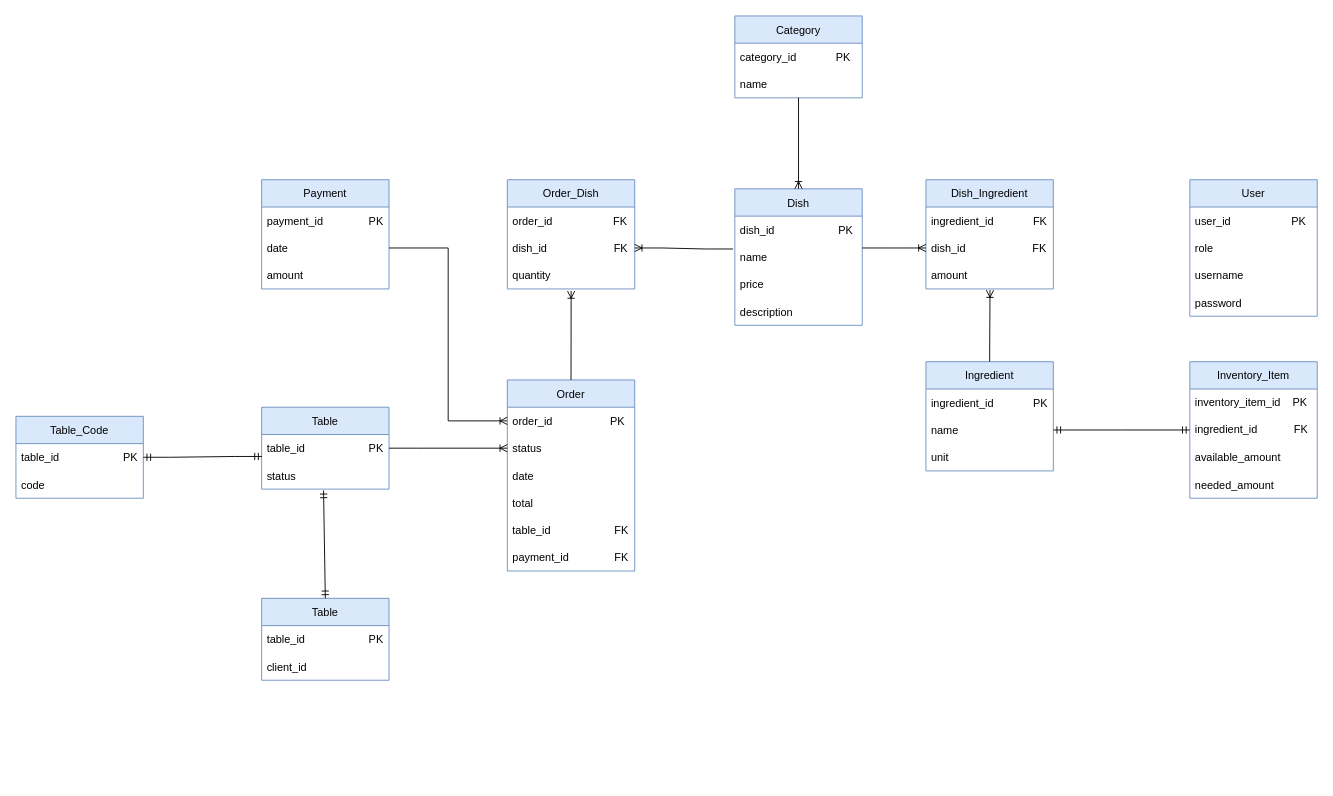
jadhamwi31/quickq keeps this draw.io diagram as diagrams/ERD.drawio. Above is the earlier version. Source tidied: cells renumbered, new cells numbered last; positions are measured from the earlier drawing's top-left corner, leaving out a move shared by most shapes. Both pictures are drawn from the tidied source at 91%, with x=0, y=0 at pixel (15, 15).
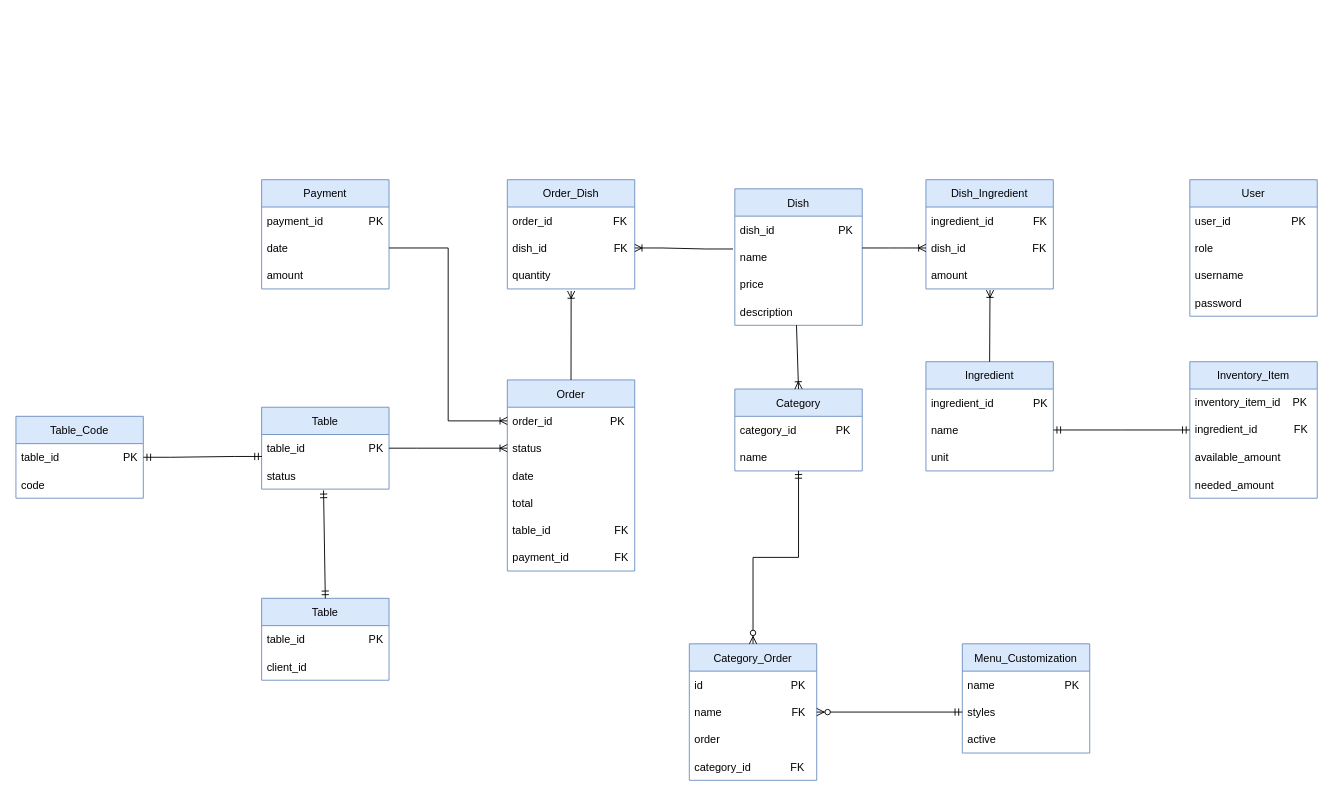
After the change.

Commit message (it also covers changes not shown here):
json parse for styles

Unchanged cells that the change refers to:
```xml
<mxCell id="9" value="Dish" style="swimlane;fontStyle=0;horizontal=1;startSize=30;fillColor=#dae8fc;strokeColor=#6c8ebf;" parent="1" vertex="1">
  <mxGeometry x="790" y="190" width="140" height="150" as="geometry" />
</mxCell>
<mxCell id="13" value="description" style="text;strokeColor=none;fillColor=none;align=left;verticalAlign=middle;spacingLeft=4;spacingRight=4;overflow=hidden;points=[[0,0.5],[1,0.5]];portConstraint=eastwest;" parent="9" vertex="1">
  <mxGeometry y="120" width="140" height="30" as="geometry" />
</mxCell>
<mxCell id="52" value="name" style="text;strokeColor=none;fillColor=none;align=left;verticalAlign=middle;spacingLeft=4;spacingRight=4;overflow=hidden;points=[[0,0.5],[1,0.5]];portConstraint=eastwest;" parent="50" vertex="1">
  <mxGeometry y="60" width="140" height="30" as="geometry" />
</mxCell>
```

Change to the diagram source:
```diff
@@
     <mxCell id="50" value="Category" style="swimlane;fontStyle=0;horizontal=1;startSize=30;fillColor=#dae8fc;strokeColor=#6c8ebf;" parent="1" vertex="1">
-      <mxGeometry x="790" width="140" height="90" as="geometry" />
+      <mxGeometry x="790" y="410" width="140" height="90" as="geometry" />
     </mxCell>
@@
-    <mxCell id="53" style="fontSize=12;html=1;endArrow=ERoneToMany;rounded=0;entryX=0.5;entryY=0;entryDx=0;entryDy=0;" parent="1" edge="1" target="9">
-      <mxGeometry relative="1" as="geometry">
-        <mxPoint x="860" y="90" as="sourcePoint" />
-      </mxGeometry>
+    <mxCell id="53" style="fontSize=12;html=1;endArrow=ERoneToMany;rounded=0;entryX=0.5;entryY=0;entryDx=0;entryDy=0;exitX=0.484;exitY=0.995;exitDx=0;exitDy=0;exitPerimeter=0;" parent="1" edge="1" source="13" target="50">
+      <mxGeometry relative="1" as="geometry" />
     </mxCell>
@@
+    <mxCell id="62" value="Menu_Customization" style="swimlane;fontStyle=0;horizontal=1;startSize=30;fillColor=#dae8fc;strokeColor=#6c8ebf;" parent="1" vertex="1">
+      <mxGeometry x="1040" y="690" width="140" height="120" as="geometry" />
+    </mxCell>
+    <mxCell id="63" value="name                       PK" style="text;strokeColor=none;fillColor=none;align=left;verticalAlign=middle;spacingLeft=4;spacingRight=4;overflow=hidden;" parent="62" vertex="1">
+      <mxGeometry y="30" width="140" height="30" as="geometry" />
+    </mxCell>
+    <mxCell id="64" value="styles" style="text;strokeColor=none;fillColor=none;align=left;verticalAlign=middle;spacingLeft=4;spacingRight=4;overflow=hidden;points=[[0,0.5],[1,0.5]];portConstraint=eastwest;" parent="62" vertex="1">
+      <mxGeometry y="60" width="140" height="30" as="geometry" />
+    </mxCell>
+    <mxCell id="65" value="active" style="text;strokeColor=none;fillColor=none;align=left;verticalAlign=middle;spacingLeft=4;spacingRight=4;overflow=hidden;" parent="62" vertex="1">
+      <mxGeometry y="90" width="140" height="30" as="geometry" />
+    </mxCell>
+    <mxCell id="66" value="Category_Order" style="swimlane;fontStyle=0;horizontal=1;startSize=30;fillColor=#dae8fc;strokeColor=#6c8ebf;" parent="1" vertex="1">
+      <mxGeometry x="740" y="690" width="140" height="150" as="geometry" />
+    </mxCell>
+    <mxCell id="67" value="id                             PK" style="text;strokeColor=none;fillColor=none;align=left;verticalAlign=middle;spacingLeft=4;spacingRight=4;overflow=hidden;" parent="66" vertex="1">
+      <mxGeometry y="30" width="140" height="30" as="geometry" />
+    </mxCell>
+    <mxCell id="68" value="name                       FK" style="text;strokeColor=none;fillColor=none;align=left;verticalAlign=middle;spacingLeft=4;spacingRight=4;overflow=hidden;points=[[0,0.5],[1,0.5]];portConstraint=eastwest;" parent="66" vertex="1">
+      <mxGeometry y="60" width="140" height="30" as="geometry" />
+    </mxCell>
+    <mxCell id="69" value="order" style="text;strokeColor=none;fillColor=none;align=left;verticalAlign=middle;spacingLeft=4;spacingRight=4;overflow=hidden;" parent="66" vertex="1">
+      <mxGeometry y="90" width="140" height="30" as="geometry" />
+    </mxCell>
+    <mxCell id="70" value="category_id             FK" style="text;strokeColor=none;fillColor=none;align=left;verticalAlign=middle;spacingLeft=4;spacingRight=4;overflow=hidden;" parent="66" vertex="1">
+      <mxGeometry y="120" width="140" height="30" as="geometry" />
+    </mxCell>
+    <mxCell id="71" style="fontSize=12;html=1;endArrow=ERzeroToMany;startArrow=ERmandOne;rounded=0;exitX=0;exitY=0.5;exitDx=0;exitDy=0;entryX=1;entryY=0.5;entryDx=0;entryDy=0;" parent="1" edge="1" source="64" target="68">
+      <mxGeometry relative="1" as="geometry" />
+    </mxCell>
+    <mxCell id="72" style="fontSize=12;html=1;endArrow=ERzeroToMany;startArrow=ERmandOne;rounded=0;entryX=0.5;entryY=0;entryDx=0;entryDy=0;edgeStyle=elbowEdgeStyle;elbow=vertical;" parent="1" edge="1" source="52" target="66">
+      <mxGeometry relative="1" as="geometry" />
+    </mxCell>
```
